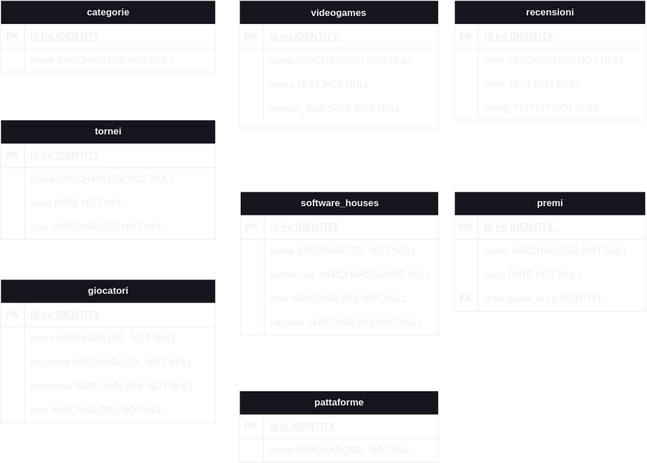
Before: db-videogames.svg, a diagram exported from draw.io (FrancescoCauzzi/db-videogames). Source tidied: cells renumbered, new cells last; positions are measured from the earlier drawing's top-left corner, leaving out a move shared by most shapes.
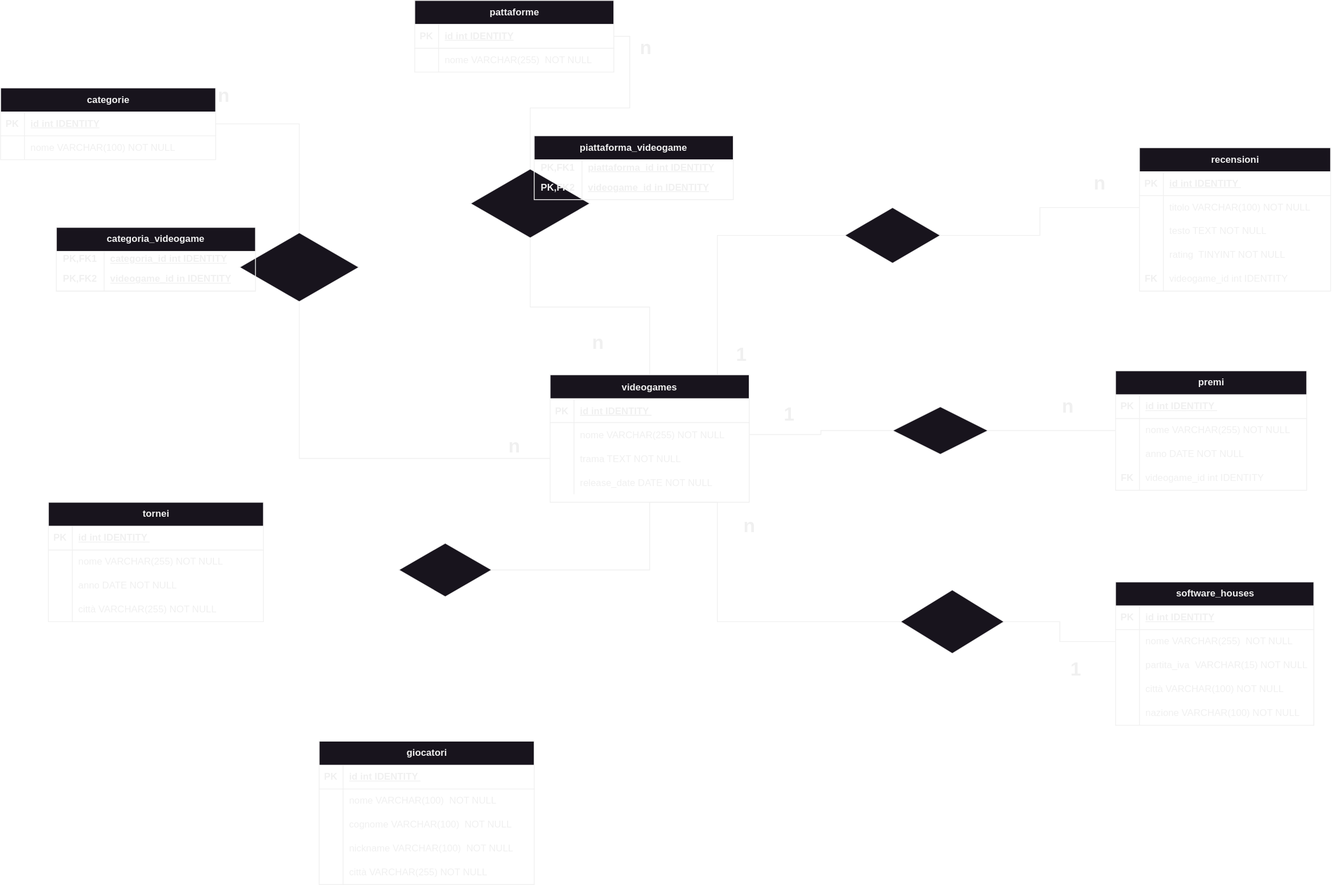
After the commit.

Commit message:
feat: progress in the diagram

The edit, as a diff of the source:
```diff
@@ -3,7 +3,7 @@
     <mxCell id="0" />
     <mxCell id="1" parent="0" />
     <mxCell id="2" value="videogames" style="shape=table;startSize=30;rowLines=0;fontStyle=1;align=center;" parent="1" vertex="1">
-      <mxGeometry x="300" width="250" height="160" as="geometry" />
+      <mxGeometry x="750" y="380" width="250" height="160" as="geometry" />
     </mxCell>
     <mxCell id="3" style="shape=partialRectangle;fillColor=none;top=0;left=0;right=0;bottom=1;" parent="2" vertex="1">
       <mxGeometry y="30" width="250" height="30" as="geometry" />
@@ -42,7 +42,7 @@
       <mxGeometry x="30" width="220" height="30" as="geometry" />
     </mxCell>
     <mxCell id="15" value="software_houses" style="shape=table;startSize=30;rowLines=0;fontStyle=1;align=center;html=1;" parent="1" vertex="1">
-      <mxGeometry x="301" y="240" width="249" height="180" as="geometry" />
+      <mxGeometry x="1460" y="640" width="249" height="180" as="geometry" />
     </mxCell>
     <mxCell id="16" style="shape=tableRow;horizontal=0;startSize=0;swimlaneHead=0;swimlaneBody=0;fillColor=none;top=0;left=0;right=0;bottom=1;" parent="15" vertex="1">
       <mxGeometry y="30" width="249" height="30" as="geometry" />
@@ -90,7 +90,7 @@
       <mxGeometry x="30" width="219" height="30" as="geometry" />
     </mxCell>
     <mxCell id="31" value="pattaforme" style="shape=table;startSize=30;rowLines=0;fontStyle=1;align=center;html=1;" parent="1" vertex="1">
-      <mxGeometry x="300" y="490" width="250" height="90" as="geometry" />
+      <mxGeometry x="580" y="-90" width="250" height="90" as="geometry" />
     </mxCell>
     <mxCell id="32" style="shape=tableRow;horizontal=0;startSize=0;swimlaneHead=0;swimlaneBody=0;fillColor=none;points=[[0,0.5],[1,0.5]];portConstraint=eastwest;top=0;left=0;right=0;bottom=1;" parent="31" vertex="1">
       <mxGeometry y="30" width="250" height="30" as="geometry" />
@@ -98,7 +98,7 @@
     <mxCell id="33" value="PK" style="shape=partialRectangle;fillColor=none;top=0;left=0;bottom=0;right=0;fontStyle=1;overflow=hidden;whiteSpace=wrap;html=1;" parent="32" vertex="1">
       <mxGeometry width="30" height="30" as="geometry" />
     </mxCell>
-    <mxCell id="34" value="id in IDENTITY" style="shape=partialRectangle;fillColor=none;top=0;left=0;bottom=0;right=0;align=left;spacingLeft=6;fontStyle=5;overflow=hidden;whiteSpace=wrap;html=1;" parent="32" vertex="1">
+    <mxCell id="34" value="id int IDENTITY" style="shape=partialRectangle;fillColor=none;top=0;left=0;bottom=0;right=0;align=left;spacingLeft=6;fontStyle=5;overflow=hidden;whiteSpace=wrap;html=1;" parent="32" vertex="1">
       <mxGeometry x="30" width="220" height="30" as="geometry" />
     </mxCell>
     <mxCell id="35" style="shape=tableRow;horizontal=0;startSize=0;swimlaneHead=0;swimlaneBody=0;fillColor=none;top=0;left=0;right=0;bottom=0;" parent="31" vertex="1">
@@ -111,7 +111,7 @@
       <mxGeometry x="30" width="220" height="30" as="geometry" />
     </mxCell>
     <mxCell id="38" value="categorie" style="shape=table;startSize=30;rowLines=0;fontStyle=1;align=center;html=1;" parent="1" vertex="1">
-      <mxGeometry width="270" height="90" as="geometry" />
+      <mxGeometry x="60" y="20" width="270" height="90" as="geometry" />
     </mxCell>
     <mxCell id="39" style="shape=tableRow;horizontal=0;startSize=0;swimlaneHead=0;swimlaneBody=0;fillColor=none;points=[[0,0.5],[1,0.5]];portConstraint=eastwest;top=0;left=0;right=0;bottom=1;" parent="38" vertex="1">
       <mxGeometry y="30" width="270" height="30" as="geometry" />
@@ -132,7 +132,7 @@
       <mxGeometry x="30" width="240" height="30" as="geometry" />
     </mxCell>
     <mxCell id="45" value="tornei" style="shape=table;startSize=30;rowLines=0;fontStyle=1;align=center;html=1;" parent="1" vertex="1">
-      <mxGeometry y="150" width="270" height="150" as="geometry" />
+      <mxGeometry x="120" y="540" width="270" height="150" as="geometry" />
     </mxCell>
     <mxCell id="46" style="shape=tableRow;horizontal=0;startSize=0;swimlaneHead=0;swimlaneBody=0;fillColor=none;top=0;left=0;right=0;bottom=1;" parent="45" vertex="1">
       <mxGeometry y="30" width="270" height="30" as="geometry" />
@@ -171,7 +171,7 @@
       <mxGeometry x="30" width="240" height="30" as="geometry" />
     </mxCell>
     <mxCell id="58" value="giocatori" style="shape=table;startSize=30;rowLines=0;fontStyle=1;align=center;html=1;" parent="1" vertex="1">
-      <mxGeometry y="350" width="270" height="180" as="geometry" />
+      <mxGeometry x="460" y="840" width="270" height="180" as="geometry" />
     </mxCell>
     <mxCell id="59" style="shape=tableRow;horizontal=0;startSize=0;swimlaneHead=0;swimlaneBody=0;fillColor=none;top=0;left=0;right=0;bottom=1;" parent="58" vertex="1">
       <mxGeometry y="30" width="270" height="30" as="geometry" />
@@ -219,7 +219,7 @@
       <mxGeometry x="30" width="240" height="30" as="geometry" />
     </mxCell>
     <mxCell id="74" value="recensioni" style="shape=table;startSize=30;rowLines=0;fontStyle=1;align=center;html=1;" parent="1" vertex="1">
-      <mxGeometry x="570" width="240" height="150" as="geometry" />
+      <mxGeometry x="1490" y="95" width="240" height="180" as="geometry" />
     </mxCell>
     <mxCell id="75" style="shape=tableRow;horizontal=0;startSize=0;swimlaneHead=0;swimlaneBody=0;fillColor=none;top=0;left=0;right=0;bottom=1;" parent="74" vertex="1">
       <mxGeometry y="30" width="240" height="30" as="geometry" />
@@ -257,8 +257,17 @@
     <mxCell id="86" value="rating&amp;nbsp; TINYINT NOT NULL" style="shape=partialRectangle;fillColor=none;top=0;left=0;bottom=0;right=0;align=left;spacingLeft=6;overflow=hidden;whiteSpace=wrap;html=1;" parent="84" vertex="1">
       <mxGeometry x="30" width="210" height="30" as="geometry" />
     </mxCell>
+    <mxCell id="100" style="shape=tableRow;horizontal=0;startSize=0;swimlaneHead=0;swimlaneBody=0;fillColor=none;top=0;left=0;right=0;bottom=0;" parent="74" vertex="1">
+      <mxGeometry y="150" width="240" height="30" as="geometry" />
+    </mxCell>
+    <mxCell id="101" value="&lt;b&gt;FK&lt;/b&gt;" style="shape=partialRectangle;fillColor=none;top=0;left=0;bottom=0;right=0;overflow=hidden;whiteSpace=wrap;html=1;" parent="100" vertex="1">
+      <mxGeometry width="30" height="30" as="geometry" />
+    </mxCell>
+    <mxCell id="102" value="videogame_id int IDENTITY" style="shape=partialRectangle;fillColor=none;top=0;left=0;bottom=0;right=0;align=left;spacingLeft=6;overflow=hidden;whiteSpace=wrap;html=1;" parent="100" vertex="1">
+      <mxGeometry x="30" width="210" height="30" as="geometry" />
+    </mxCell>
     <mxCell id="87" value="premi" style="shape=table;startSize=30;rowLines=0;fontStyle=1;align=center;html=1;" parent="1" vertex="1">
-      <mxGeometry x="570" y="240" width="240" height="150" as="geometry" />
+      <mxGeometry x="1460" y="375" width="240" height="150" as="geometry" />
     </mxCell>
     <mxCell id="88" style="shape=tableRow;horizontal=0;startSize=0;swimlaneHead=0;swimlaneBody=0;fillColor=none;top=0;left=0;right=0;bottom=1;" parent="87" vertex="1">
       <mxGeometry y="30" width="240" height="30" as="geometry" />
@@ -296,5 +305,137 @@
     <mxCell id="99" value="videogame_id int IDENTITY" style="shape=partialRectangle;fillColor=none;top=0;left=0;bottom=0;right=0;align=left;spacingLeft=6;overflow=hidden;whiteSpace=wrap;html=1;" parent="97" vertex="1">
       <mxGeometry x="30" width="210" height="30" as="geometry" />
     </mxCell>
+    <mxCell id="103" style="edgeStyle=orthogonalEdgeStyle;rounded=0;jettySize=auto;html=1;entryX=0;entryY=0.5;entryDx=0;entryDy=0;endArrow=none;endFill=0;" parent="1" edge="1" source="104" target="91">
+      <mxGeometry relative="1" as="geometry" />
+    </mxCell>
+    <mxCell id="104" style="shape=rhombus;perimeter=rhombusPerimeter;whiteSpace=wrap;html=1;align=center;" parent="1" vertex="1">
+      <mxGeometry x="1180" y="420" width="120" height="60" as="geometry" />
+    </mxCell>
+    <mxCell id="105" style="edgeStyle=orthogonalEdgeStyle;rounded=0;jettySize=auto;html=1;entryX=0;entryY=0.5;entryDx=0;entryDy=0;endArrow=none;endFill=0;" parent="1" edge="1" source="6" target="104">
+      <mxGeometry relative="1" as="geometry" />
+    </mxCell>
+    <mxCell id="106" value="n" style="text;strokeColor=none;fillColor=none;html=1;fontSize=24;fontStyle=1;verticalAlign=middle;align=center;" parent="1" vertex="1">
+      <mxGeometry x="1350" y="400" width="100" height="40" as="geometry" />
+    </mxCell>
+    <mxCell id="107" value="1" style="text;strokeColor=none;fillColor=none;html=1;fontSize=24;fontStyle=1;verticalAlign=middle;align=center;" parent="1" vertex="1">
+      <mxGeometry x="1000" y="410" width="100" height="40" as="geometry" />
+    </mxCell>
+    <mxCell id="108" style="edgeStyle=orthogonalEdgeStyle;rounded=0;jettySize=auto;html=1;endArrow=none;endFill=0;" parent="1" edge="1" source="110" target="2">
+      <mxGeometry relative="1" as="geometry">
+        <Array as="points">
+          <mxPoint x="960" y="205" />
+        </Array>
+      </mxGeometry>
+    </mxCell>
+    <mxCell id="109" style="edgeStyle=orthogonalEdgeStyle;rounded=0;jettySize=auto;html=1;exitX=1;exitY=0.5;exitDx=0;exitDy=0;entryX=0;entryY=0.5;entryDx=0;entryDy=0;endArrow=none;endFill=0;" parent="1" edge="1" source="110" target="78">
+      <mxGeometry relative="1" as="geometry" />
+    </mxCell>
+    <mxCell id="110" style="shape=rhombus;perimeter=rhombusPerimeter;whiteSpace=wrap;html=1;align=center;" parent="1" vertex="1">
+      <mxGeometry x="1120" y="170" width="120" height="70" as="geometry" />
+    </mxCell>
+    <mxCell id="111" value="n" style="text;strokeColor=none;fillColor=none;html=1;fontSize=24;fontStyle=1;verticalAlign=middle;align=center;" parent="1" vertex="1">
+      <mxGeometry x="1390" y="120" width="100" height="40" as="geometry" />
+    </mxCell>
+    <mxCell id="112" value="1" style="text;strokeColor=none;fillColor=none;html=1;fontSize=24;fontStyle=1;verticalAlign=middle;align=center;" parent="1" vertex="1">
+      <mxGeometry x="940" y="335" width="100" height="40" as="geometry" />
+    </mxCell>
+    <mxCell id="113" style="edgeStyle=orthogonalEdgeStyle;rounded=0;jettySize=auto;html=1;entryX=0.5;entryY=1;entryDx=0;entryDy=0;endArrow=none;endFill=0;" parent="1" edge="1" source="115" target="2">
+      <mxGeometry relative="1" as="geometry">
+        <Array as="points">
+          <mxPoint x="960" y="690" />
+          <mxPoint x="960" y="540" />
+        </Array>
+      </mxGeometry>
+    </mxCell>
+    <mxCell id="114" style="edgeStyle=orthogonalEdgeStyle;rounded=0;jettySize=auto;html=1;entryX=0;entryY=0.5;entryDx=0;entryDy=0;endArrow=none;endFill=0;" parent="1" edge="1" source="115" target="19">
+      <mxGeometry relative="1" as="geometry" />
+    </mxCell>
+    <mxCell id="115" style="shape=rhombus;perimeter=rhombusPerimeter;whiteSpace=wrap;html=1;align=center;" parent="1" vertex="1">
+      <mxGeometry x="1190" y="650" width="130" height="80" as="geometry" />
+    </mxCell>
+    <mxCell id="116" value="1" style="text;strokeColor=none;fillColor=none;html=1;fontSize=24;fontStyle=1;verticalAlign=middle;align=center;" parent="1" vertex="1">
+      <mxGeometry x="1360" y="730" width="100" height="40" as="geometry" />
+    </mxCell>
+    <mxCell id="117" value="n" style="text;strokeColor=none;fillColor=none;html=1;fontSize=24;fontStyle=1;verticalAlign=middle;align=center;" parent="1" vertex="1">
+      <mxGeometry x="950" y="550" width="100" height="40" as="geometry" />
+    </mxCell>
+    <mxCell id="118" style="edgeStyle=orthogonalEdgeStyle;rounded=0;jettySize=auto;html=1;entryX=1;entryY=0.5;entryDx=0;entryDy=0;endArrow=none;endFill=0;" parent="1" edge="1" source="120" target="32">
+      <mxGeometry relative="1" as="geometry" />
+    </mxCell>
+    <mxCell id="119" style="edgeStyle=orthogonalEdgeStyle;rounded=0;jettySize=auto;html=1;endArrow=none;endFill=0;" parent="1" edge="1" source="120" target="2">
+      <mxGeometry relative="1" as="geometry" />
+    </mxCell>
+    <mxCell id="120" style="html=1;whiteSpace=wrap;shape=isoRectangle;" parent="1" vertex="1">
+      <mxGeometry x="650" y="120" width="150" height="90" as="geometry" />
+    </mxCell>
+    <mxCell id="121" value="n" style="text;strokeColor=none;fillColor=none;html=1;fontSize=24;fontStyle=1;verticalAlign=middle;align=center;" parent="1" vertex="1">
+      <mxGeometry x="820" y="-50" width="100" height="40" as="geometry" />
+    </mxCell>
+    <mxCell id="122" value="n" style="text;strokeColor=none;fillColor=none;html=1;fontSize=24;fontStyle=1;verticalAlign=middle;align=center;" parent="1" vertex="1">
+      <mxGeometry x="760" y="320" width="100" height="40" as="geometry" />
+    </mxCell>
+    <mxCell id="123" value="piattaforma_videogame" style="shape=table;startSize=30;rowLines=0;fontStyle=1;align=center;html=1;whiteSpace=wrap;" parent="1" vertex="1">
+      <mxGeometry x="730" y="80" width="250" height="80" as="geometry" />
+    </mxCell>
+    <mxCell id="124" style="shape=tableRow;horizontal=0;startSize=0;swimlaneHead=0;swimlaneBody=0;fillColor=none;top=0;left=0;right=0;bottom=0;html=1;" parent="123" vertex="1">
+      <mxGeometry y="30" width="250" height="20" as="geometry" />
+    </mxCell>
+    <mxCell id="125" value="PK,FK1" style="shape=partialRectangle;fillColor=none;top=0;left=0;bottom=0;right=0;fontStyle=1;overflow=hidden;html=1;whiteSpace=wrap;" parent="124" vertex="1">
+      <mxGeometry width="60" height="20" as="geometry" />
+    </mxCell>
+    <mxCell id="126" value="piattaforma_id int IDENTITY" style="shape=partialRectangle;fillColor=none;top=0;left=0;bottom=0;right=0;align=left;spacingLeft=6;fontStyle=5;overflow=hidden;html=1;whiteSpace=wrap;" parent="124" vertex="1">
+      <mxGeometry x="60" width="190" height="20" as="geometry" />
+    </mxCell>
+    <mxCell id="127" style="shape=tableRow;horizontal=0;startSize=0;swimlaneHead=0;swimlaneBody=0;fillColor=none;top=0;left=0;right=0;bottom=1;html=1;" parent="123" vertex="1">
+      <mxGeometry y="50" width="250" height="30" as="geometry" />
+    </mxCell>
+    <mxCell id="128" value="PK,FK2" style="shape=partialRectangle;fillColor=none;top=0;left=0;bottom=0;right=0;fontStyle=1;overflow=hidden;html=1;whiteSpace=wrap;" parent="127" vertex="1">
+      <mxGeometry width="60" height="30" as="geometry" />
+    </mxCell>
+    <mxCell id="129" value="videogame_id in IDENTITY" style="shape=partialRectangle;fillColor=none;top=0;left=0;bottom=0;right=0;align=left;spacingLeft=6;fontStyle=5;overflow=hidden;html=1;whiteSpace=wrap;" parent="127" vertex="1">
+      <mxGeometry x="60" width="190" height="30" as="geometry" />
+    </mxCell>
+    <mxCell id="130" style="edgeStyle=orthogonalEdgeStyle;rounded=0;jettySize=auto;html=1;entryX=1;entryY=0.5;entryDx=0;entryDy=0;endArrow=none;endFill=0;" parent="1" edge="1" source="132" target="39">
+      <mxGeometry relative="1" as="geometry" />
+    </mxCell>
+    <mxCell id="131" style="edgeStyle=orthogonalEdgeStyle;rounded=0;jettySize=auto;html=1;entryX=0;entryY=0.5;entryDx=0;entryDy=0;endArrow=none;endFill=0;" parent="1" edge="1" source="132" target="9">
+      <mxGeometry relative="1" as="geometry" />
+    </mxCell>
+    <mxCell id="132" style="html=1;whiteSpace=wrap;shape=isoRectangle;" parent="1" vertex="1">
+      <mxGeometry x="360" y="200" width="150" height="90" as="geometry" />
+    </mxCell>
+    <mxCell id="133" value="n" style="text;strokeColor=none;fillColor=none;html=1;fontSize=24;fontStyle=1;verticalAlign=middle;align=center;" parent="1" vertex="1">
+      <mxGeometry x="655" y="450" width="100" height="40" as="geometry" />
+    </mxCell>
+    <mxCell id="134" value="n" style="text;strokeColor=none;fillColor=none;html=1;fontSize=24;fontStyle=1;verticalAlign=middle;align=center;" parent="1" vertex="1">
+      <mxGeometry x="290" y="10" width="100" height="40" as="geometry" />
+    </mxCell>
+    <mxCell id="135" value="categoria_videogame" style="shape=table;startSize=30;rowLines=0;fontStyle=1;align=center;html=1;whiteSpace=wrap;" parent="1" vertex="1">
+      <mxGeometry x="130" y="195" width="250" height="80" as="geometry" />
+    </mxCell>
+    <mxCell id="136" style="shape=tableRow;horizontal=0;startSize=0;swimlaneHead=0;swimlaneBody=0;fillColor=none;top=0;left=0;right=0;bottom=0;html=1;" parent="135" vertex="1">
+      <mxGeometry y="30" width="250" height="20" as="geometry" />
+    </mxCell>
+    <mxCell id="137" value="PK,FK1" style="shape=partialRectangle;fillColor=none;top=0;left=0;bottom=0;right=0;fontStyle=1;overflow=hidden;html=1;whiteSpace=wrap;" parent="136" vertex="1">
+      <mxGeometry width="60" height="20" as="geometry" />
+    </mxCell>
+    <mxCell id="138" value="categoria_id int IDENTITY" style="shape=partialRectangle;fillColor=none;top=0;left=0;bottom=0;right=0;align=left;spacingLeft=6;fontStyle=5;overflow=hidden;html=1;whiteSpace=wrap;" parent="136" vertex="1">
+      <mxGeometry x="60" width="190" height="20" as="geometry" />
+    </mxCell>
+    <mxCell id="139" style="shape=tableRow;horizontal=0;startSize=0;swimlaneHead=0;swimlaneBody=0;fillColor=none;top=0;left=0;right=0;bottom=1;html=1;" parent="135" vertex="1">
+      <mxGeometry y="50" width="250" height="30" as="geometry" />
+    </mxCell>
+    <mxCell id="140" value="PK,FK2" style="shape=partialRectangle;fillColor=none;top=0;left=0;bottom=0;right=0;fontStyle=1;overflow=hidden;html=1;whiteSpace=wrap;" parent="139" vertex="1">
+      <mxGeometry width="60" height="30" as="geometry" />
+    </mxCell>
+    <mxCell id="141" value="videogame_id in IDENTITY" style="shape=partialRectangle;fillColor=none;top=0;left=0;bottom=0;right=0;align=left;spacingLeft=6;fontStyle=5;overflow=hidden;html=1;whiteSpace=wrap;" parent="139" vertex="1">
+      <mxGeometry x="60" width="190" height="30" as="geometry" />
+    </mxCell>
+    <mxCell id="142" style="edgeStyle=orthogonalEdgeStyle;rounded=0;jettySize=auto;html=1;entryX=0.5;entryY=1;entryDx=0;entryDy=0;endArrow=none;endFill=0;" parent="1" edge="1" source="143" target="2">
+      <mxGeometry relative="1" as="geometry" />
+    </mxCell>
+    <mxCell id="143" style="html=1;whiteSpace=wrap;shape=isoRectangle;" parent="1" vertex="1">
+      <mxGeometry x="560" y="590" width="116.7" height="70" as="geometry" />
+    </mxCell>
   </root>
 </mxGraphModel>
```
